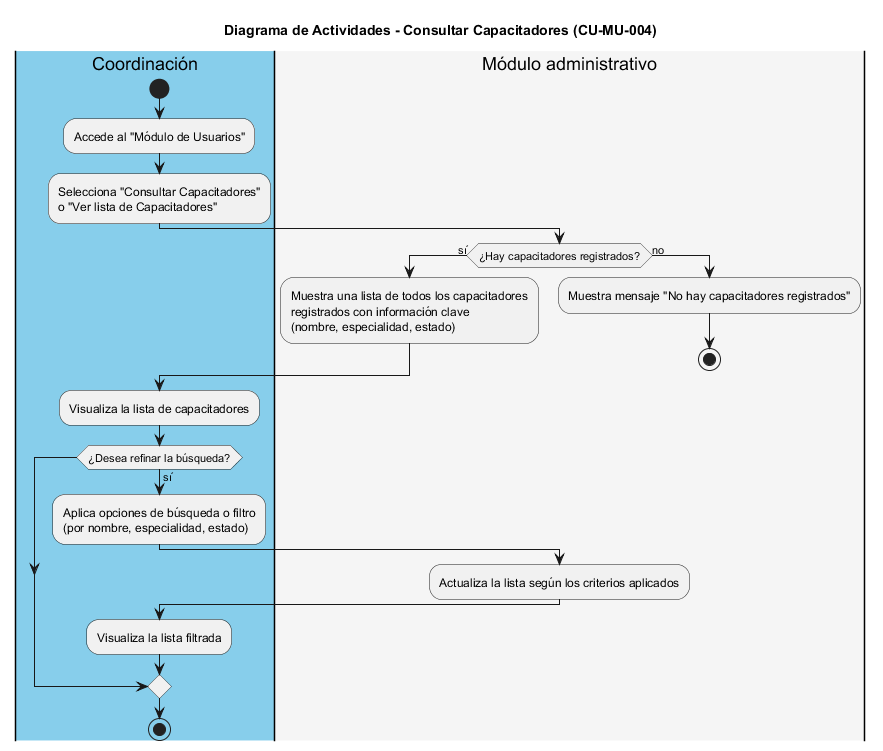
The PlantUML diagram img/CU-MU-004_Consultar_Capacitadores.png in iKinoo/baby-salesforce-admin-module, before a commit.
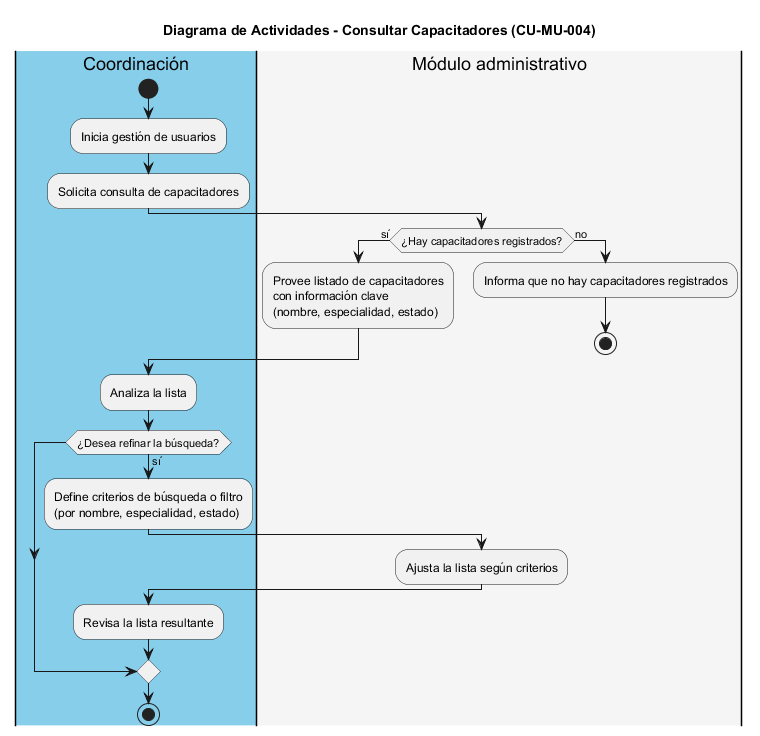
The same diagram one commit later.

Diff of the diagram source:
```diff
@@ -1,31 +1,30 @@
-@startuml
+@startuml CU-MU-004_Consultar_Capacitadores
 title Diagrama de Actividades - Consultar Capacitadores (CU-MU-004)
 
 |#skyblue|Coordinación|
 start
-:Accede al "Módulo de Usuarios";
-:Selecciona "Consultar Capacitadores"
-o "Ver lista de Capacitadores";
+:Inicia gestión de usuarios;
+:Solicita consulta de capacitadores;
 
 |#whitesmoke|Módulo administrativo|
 if (¿Hay capacitadores registrados?) then (sí)
-  :Muestra una lista de todos los capacitadores
-  registrados con información clave
+  :Provee listado de capacitadores
+  con información clave
   (nombre, especialidad, estado);
 else (no)
-  :Muestra mensaje "No hay capacitadores registrados";
+  :Informa que no hay capacitadores registrados;
   stop
 endif
 
 |#skyblue|Coordinación|
-:Visualiza la lista de capacitadores;
+:Analiza la lista;
 if (¿Desea refinar la búsqueda?) then (sí)
-  :Aplica opciones de búsqueda o filtro
+  :Define criterios de búsqueda o filtro
   (por nombre, especialidad, estado);
   |#whitesmoke|Módulo administrativo|
-  :Actualiza la lista según los criterios aplicados;
+  :Ajusta la lista según criterios;
   |#skyblue|Coordinación|
-  :Visualiza la lista filtrada;
+  :Revisa la lista resultante;
 endif
 stop
 @enduml
```
